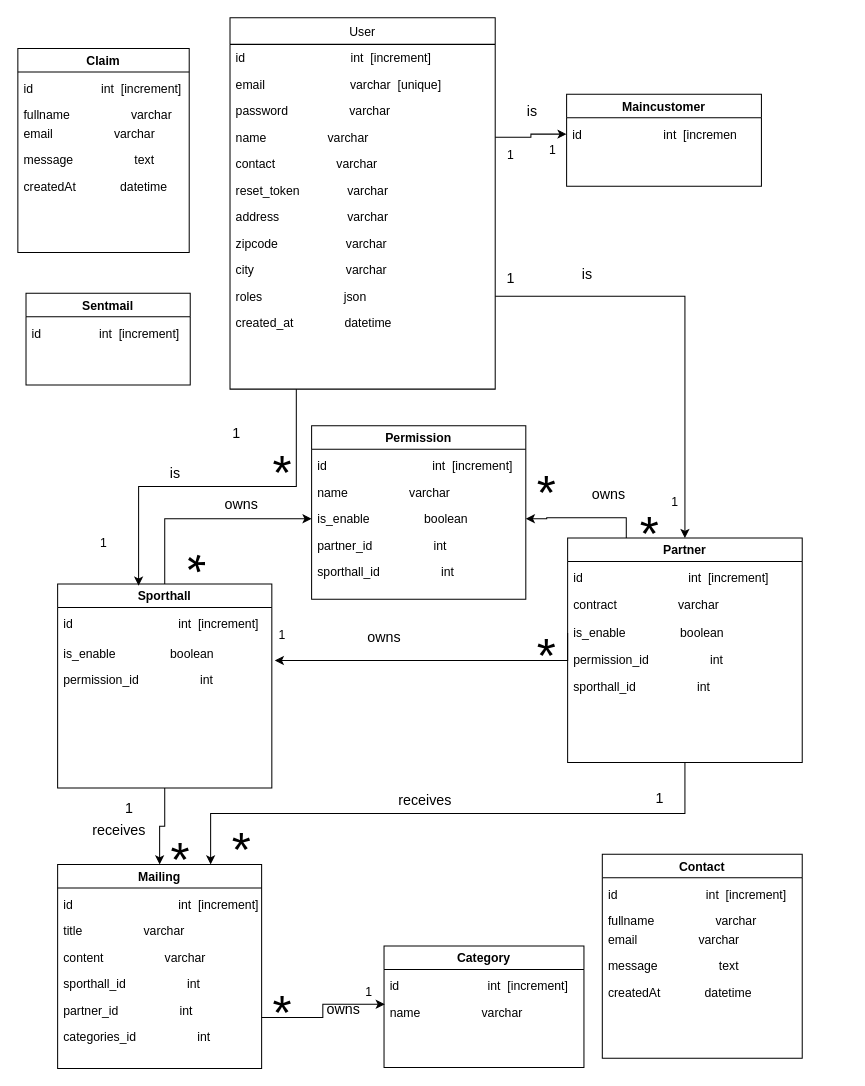
Above: PlanetBody/classes.drawio in cyrisa02/diagrammes-UML (draw.io), before the change. Source tidied: cells renumbered, new cells numbered last; positions are measured from the earlier drawing's top-left corner, leaving out a move shared by most shapes. Both pictures are drawn from the tidied source at 102%, with x=0, y=0 at pixel (17, 17).
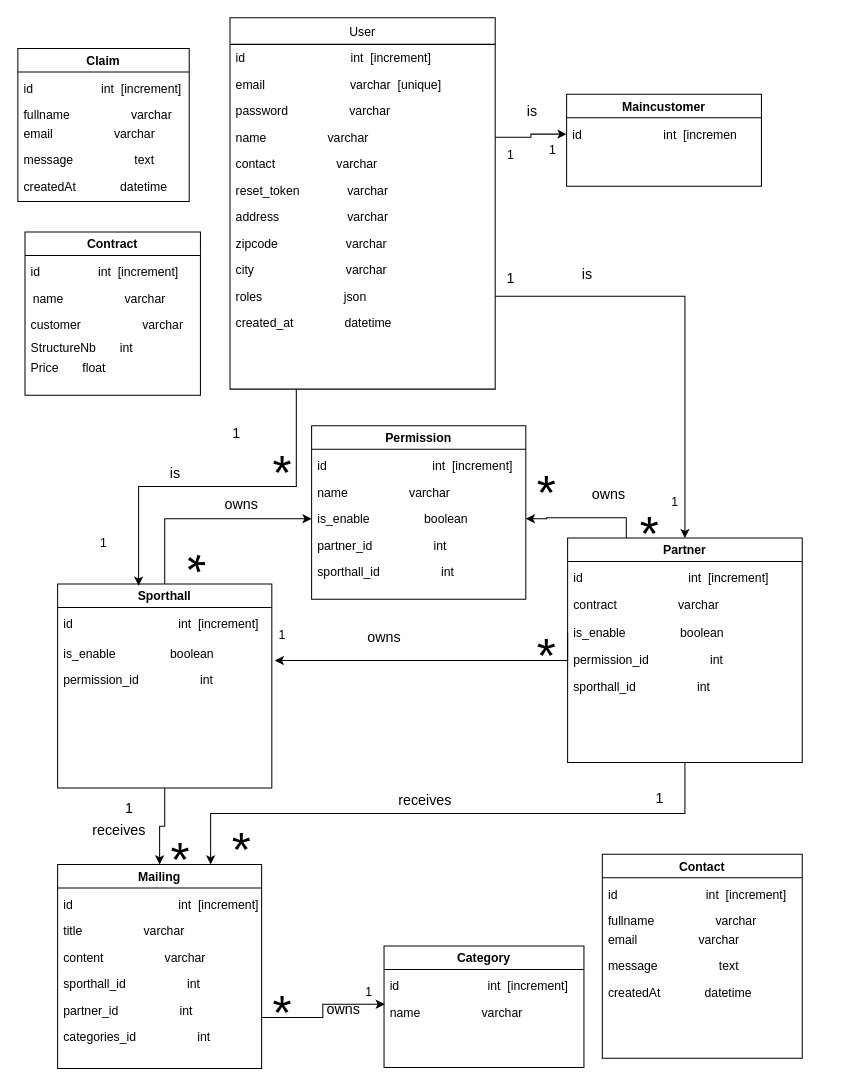
Above is the later version.

Commit message:
Mettre à jour classes.drawio

What changed in the source:
```diff
@@
-    <mxCell id="84" value="Sentmail" style="swimlane;" parent="1" vertex="1">
-      <mxGeometry x="8" y="270" width="161" height="90" as="geometry" />
+    <mxCell id="84" value="Contract" style="swimlane;" parent="1" vertex="1">
+      <mxGeometry x="7" y="210" width="172" height="160" as="geometry" />
     </mxCell>
@@
+    <mxCell id="92" value="name                  varchar" style="text;align=left;verticalAlign=top;spacingLeft=4;spacingRight=4;overflow=hidden;" parent="84" vertex="1">
+      <mxGeometry x="2" y="52" width="163" height="26" as="geometry" />
+    </mxCell>
+    <mxCell id="93" value="customer                  varchar" style="text;align=left;verticalAlign=top;spacingLeft=4;spacingRight=4;overflow=hidden;" parent="84" vertex="1">
+      <mxGeometry y="78" width="163" height="26" as="geometry" />
+    </mxCell>
+    <mxCell id="94" value="StructureNb       int" style="text;align=left;verticalAlign=top;spacingLeft=4;spacingRight=4;overflow=hidden;" parent="84" vertex="1">
+      <mxGeometry y="100" width="163" height="26" as="geometry" />
+    </mxCell>
+    <mxCell id="95" value="Price       float" style="text;align=left;verticalAlign=top;spacingLeft=4;spacingRight=4;overflow=hidden;" parent="84" vertex="1">
+      <mxGeometry y="120" width="163" height="26" as="geometry" />
+    </mxCell>
     <mxCell id="86" value="Claim" style="swimlane;" parent="1" vertex="1">
-      <mxGeometry y="30" width="168" height="200" as="geometry" />
+      <mxGeometry y="30" width="168" height="150" as="geometry" />
     </mxCell>
```
